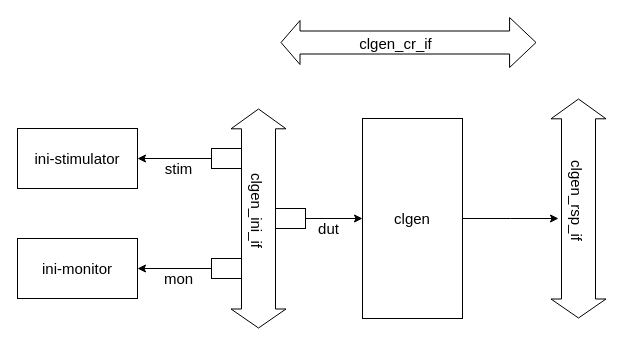
Earlier version of the draw.io diagram spi_clgen验证.drawio (ghr12345/firsttest). Source tidied: cells renumbered, new cells numbered last; positions are measured from the earlier drawing's top-left corner, leaving out a move shared by most shapes. Both pictures are drawn from the tidied source at 100%, with x=0, y=0 at pixel (17, 42).
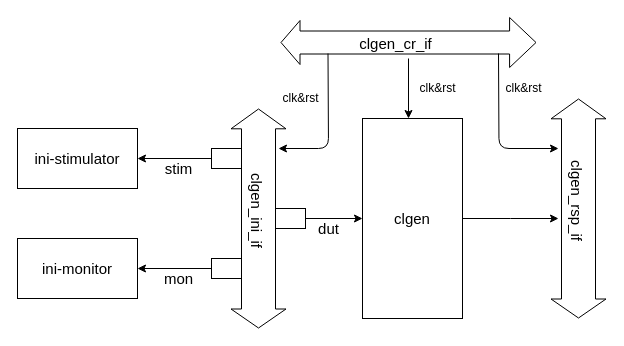
The same diagram, later.

The edit, as a diff of the source:
```diff
@@
+    <mxCell id="21" style="endArrow=classic;html=1;fontSize=15;" parent="1" edge="1">
+      <mxGeometry relative="1" as="geometry">
+        <mxPoint x="391" y="16" as="sourcePoint" />
+        <mxPoint x="391" y="76" as="targetPoint" />
+      </mxGeometry>
+    </mxCell>
+    <mxCell id="22" value="clk&amp;amp;rst" style="text;html=1;align=center;verticalAlign=middle;fontSize=12;" parent="1" vertex="1">
+      <mxGeometry x="395" y="36" width="50" height="20" as="geometry" />
+    </mxCell>
+    <mxCell id="23" style="endArrow=classic;html=1;fontSize=12;" parent="1" edge="1">
+      <mxGeometry relative="1" as="geometry">
+        <mxPoint x="310.5" y="11" as="sourcePoint" />
+        <mxPoint x="261" y="106" as="targetPoint" />
+        <Array as="points">
+          <mxPoint x="311" y="106" />
+        </Array>
+      </mxGeometry>
+    </mxCell>
+    <mxCell id="24" style="endArrow=classic;html=1;fontSize=12;" parent="1" edge="1">
+      <mxGeometry relative="1" as="geometry">
+        <mxPoint x="481" y="11" as="sourcePoint" />
+        <mxPoint x="541" y="106" as="targetPoint" />
+        <Array as="points">
+          <mxPoint x="481.5" y="106" />
+        </Array>
+      </mxGeometry>
+    </mxCell>
+    <mxCell id="25" value="clk&amp;amp;rst" style="text;html=1;align=center;verticalAlign=middle;fontSize=12;" parent="1" vertex="1">
+      <mxGeometry x="258" y="46" width="50" height="20" as="geometry" />
+    </mxCell>
+    <mxCell id="26" value="clk&amp;amp;rst" style="text;html=1;align=center;verticalAlign=middle;fontSize=12;" parent="1" vertex="1">
+      <mxGeometry x="481" y="36" width="50" height="20" as="geometry" />
+    </mxCell>
```
